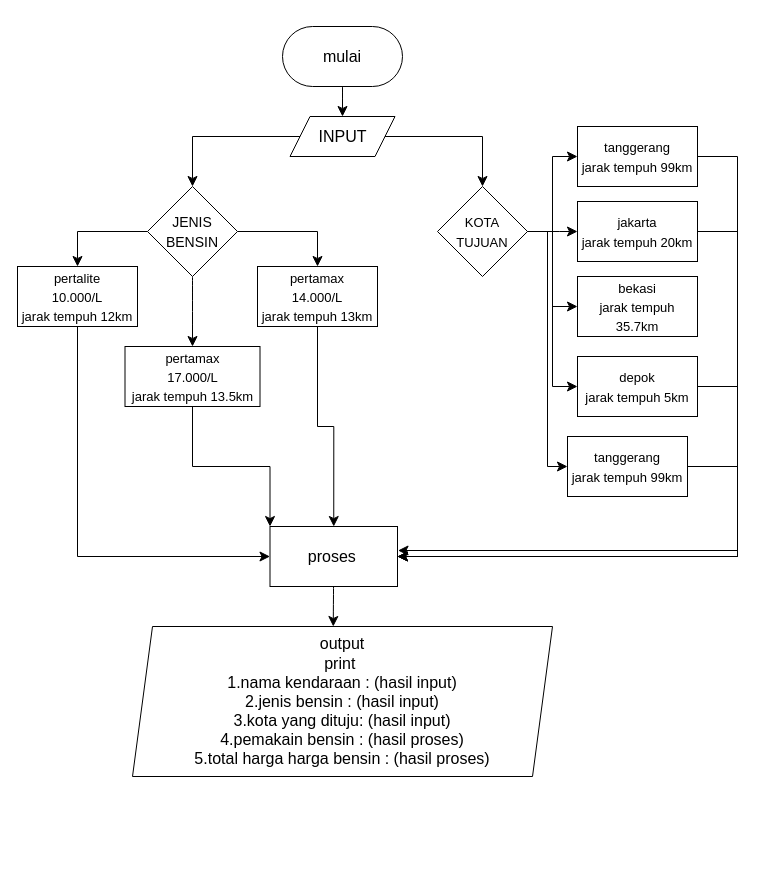
This is page "Salinan Page-1" (1 of 2) of Diagram Tanpa Judul.drawio from Ryandra-TI01/-TI01_Ryandra_DDP, a draw.io file, before an edit. Source tidied: cells renumbered, new cells numbered last; positions are measured from the earlier drawing's top-left corner, leaving out a move shared by most shapes. Both pictures are drawn from the tidied source at 100%, with x=0, y=0 at pixel (17, 26).
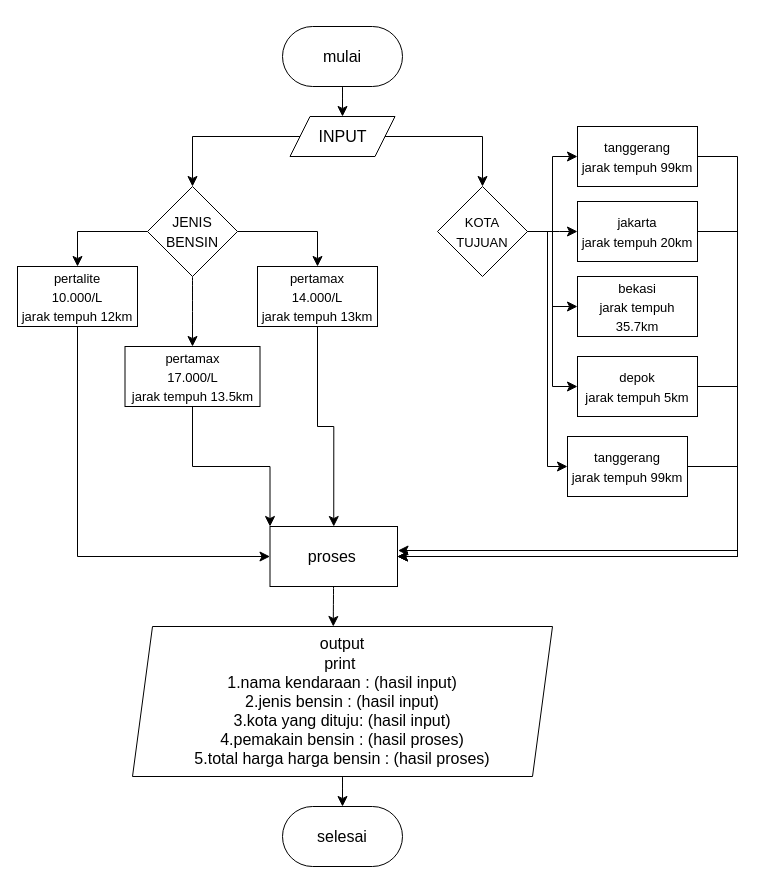
The same page after the edit.

Unchanged cells that the change refers to:
```xml
<mxCell id="5" value="&lt;font style=&quot;font-size: 16px;&quot;&gt;output &lt;br&gt;print&amp;nbsp;&lt;br&gt;1.nama kendaraan : (hasil input)&lt;br&gt;2.jenis bensin : (hasil input)&lt;br&gt;3.kota yang dituju: (hasil input)&lt;br&gt;4.pemakain bensin : (hasil proses)&lt;br&gt;5.total harga harga bensin : (hasil proses)&lt;br&gt;&lt;/font&gt;" style="shape=parallelogram;perimeter=parallelogramPerimeter;whiteSpace=wrap;html=1;fixedSize=1;fontSize=16;" parent="1" vertex="1">
  <mxGeometry x="115" y="600" width="420" height="150" as="geometry" />
</mxCell>
```

What changed in the source:
```diff
@@
+    <mxCell id="36" style="edgeStyle=none;curved=1;rounded=0;jettySize=auto;html=1;entryX=0.5;entryY=0;entryDx=0;entryDy=0;fontSize=12;startSize=8;endSize=8;" parent="1" edge="1" source="5" target="37">
+      <mxGeometry relative="1" as="geometry" />
+    </mxCell>
@@
+    <mxCell id="37" value="selesai" style="rounded=1;whiteSpace=wrap;html=1;fontSize=16;arcSize=50;" parent="1" vertex="1">
+      <mxGeometry x="265" y="780" width="120" height="60" as="geometry" />
+    </mxCell>
```
